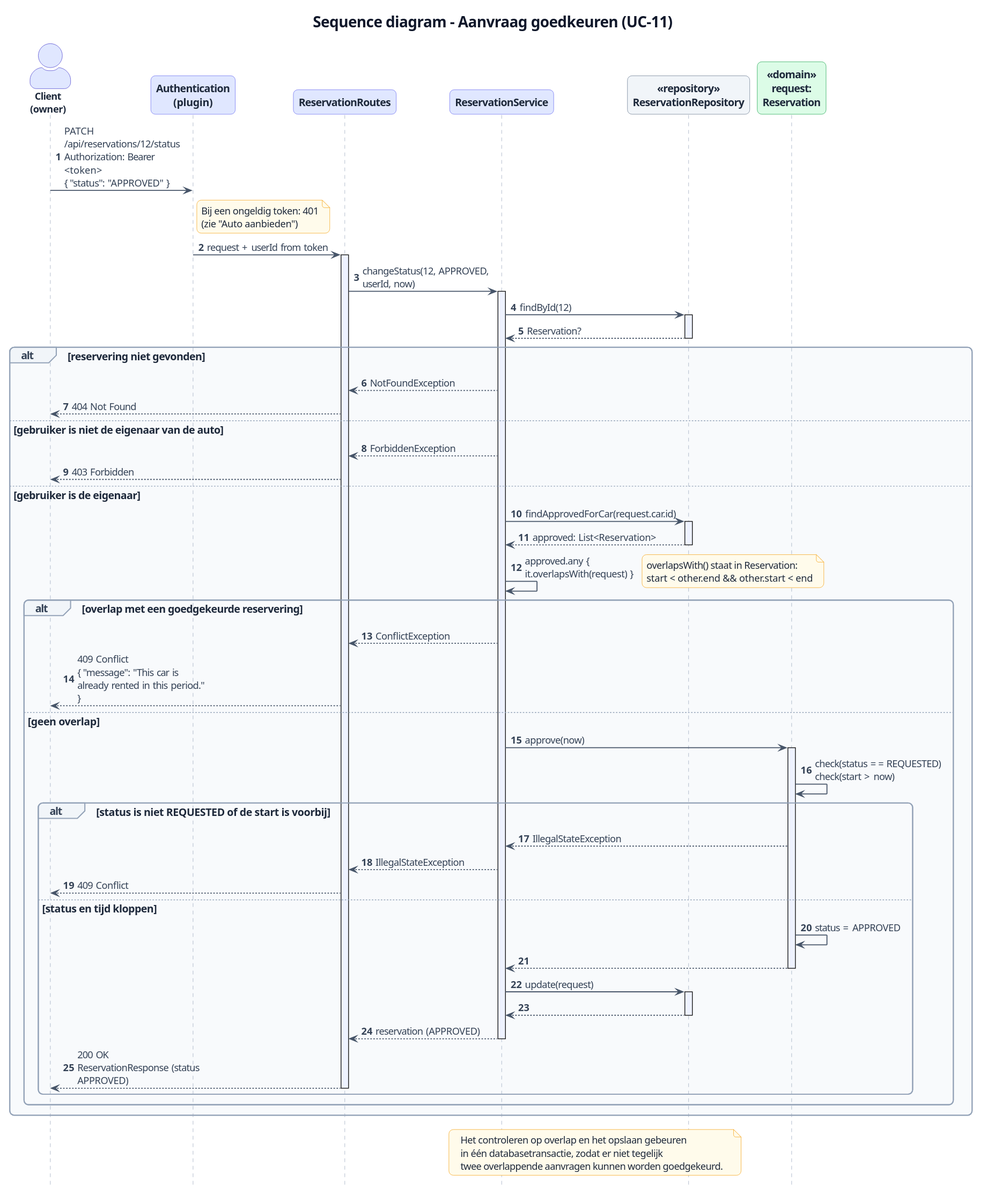
Earlier version of the PlantUML export docs/images/sequence-approve-reservation.svg (ThimoHarte/RentMyCar). The source it was exported from:
```plantuml
@startuml
!include style.iuml

title Sequence diagram - Aanvraag goedkeuren (UC-11)

autonumber
hide footbox

actor "Client\n(owner)" as client
participant "Authentication\n(plugin)" as auth
participant "ReservationRoutes" as routes
participant "ReservationService" as service
participant "ReservationRepository" as repo <<repository>>
participant "request:\nReservation" as request <<domain>>

client -> auth : PATCH /api/reservations/12/status\nAuthorization: Bearer <token>\n{ "status": "APPROVED" }
note right of auth : Bij een ongeldig token: 401\n(zie "Auto aanbieden")
auth -> routes : request + userId from token
activate routes
routes -> service : changeStatus(12, APPROVED, userId, now)
activate service

service -> repo : findById(12)
activate repo
repo --> service : Reservation?
deactivate repo

alt reservering niet gevonden
  service --> routes : NotFoundException
  routes --> client : 404 Not Found
else gebruiker is niet de eigenaar van de auto
  service --> routes : ForbiddenException
  routes --> client : 403 Forbidden
else gebruiker is de eigenaar
  service -> repo : findApprovedForCar(request.car.id)
  activate repo
  repo --> service : approved: List<Reservation>
  deactivate repo

  service -> service : approved.any { it.overlapsWith(request) }
  note right
    overlapsWith() staat in Reservation:
    start < other.end && other.start < end
  end note

  alt overlap met een goedgekeurde reservering
    service --> routes : ConflictException
    routes --> client : 409 Conflict\n{ "message": "This car is already rented in this period." }
  else geen overlap
    service -> request : approve(now)
    activate request
    request -> request : check(status == REQUESTED)\ncheck(start > now)
    alt status is niet REQUESTED of de start is voorbij
      request --> service : IllegalStateException
      service --> routes : IllegalStateException
      routes --> client : 409 Conflict
    else status en tijd kloppen
      request -> request : status = APPROVED
      request --> service
      deactivate request
      service -> repo : update(request)
      activate repo
      repo --> service
      deactivate repo
      service --> routes : reservation (APPROVED)
      deactivate service
      routes --> client : 200 OK\nReservationResponse (status APPROVED)
      deactivate routes
    end
  end
end

note over service, repo
  Het controleren op overlap en het opslaan gebeuren
  in één databasetransactie, zodat er niet tegelijk
  twee overlappende aanvragen kunnen worden goedgekeurd.
end note
@enduml
```
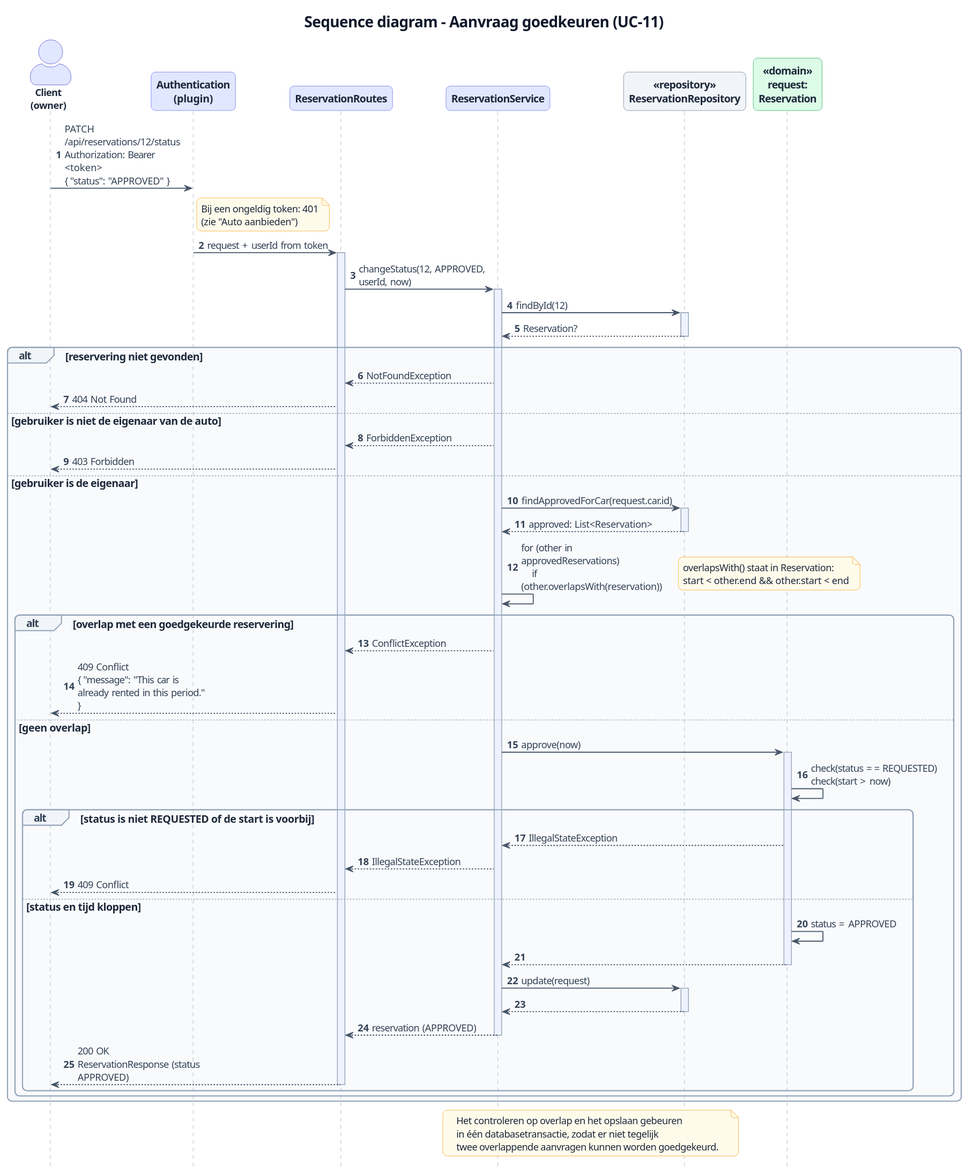
Later version of the same file.

What changed in the source:
```diff
@@ -37,7 +37,7 @@
   repo --> service : approved: List<Reservation>
   deactivate repo
 
-  service -> service : approved.any { it.overlapsWith(request) }
+  service -> service : for (other in approvedReservations)\n    if (other.overlapsWith(reservation))
   note right
     overlapsWith() staat in Reservation:
     start < other.end && other.start < end
```
